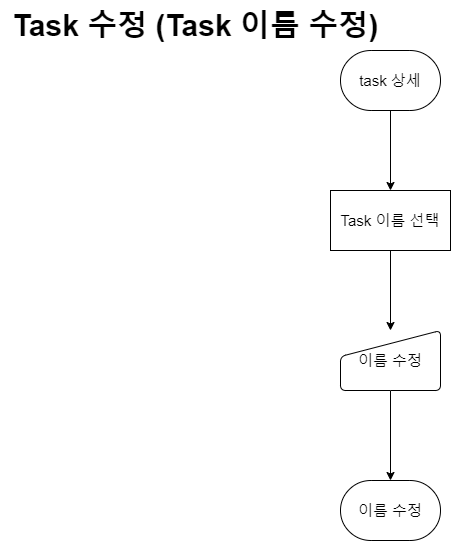
Earlier version of the draw.io export timetodo-flowchart/task fix.png (MEOHIN/todo-pe). Source tidied: cells renumbered, new cells last; positions are measured from the earlier drawing's top-left corner, leaving out a move shared by most shapes.
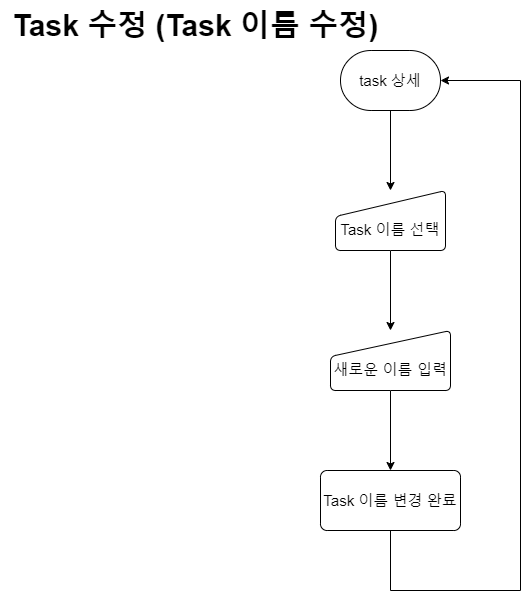
After the change.

The edit, as a diff of the source:
```diff
@@ -11,20 +11,29 @@
     <mxCell id="4" value="task 상세" style="strokeWidth=1;html=1;shape=mxgraph.flowchart.terminator;whiteSpace=wrap;fontSize=15;" parent="1" vertex="1">
       <mxGeometry x="340" y="50" width="100" height="60" as="geometry" />
     </mxCell>
-    <mxCell id="5" style="edgeStyle=orthogonalEdgeStyle;rounded=0;jettySize=auto;html=1;" parent="1" edge="1" source="6" target="7">
-      <mxGeometry relative="1" as="geometry" />
-    </mxCell>
+    <mxCell id="10" style="edgeStyle=orthogonalEdgeStyle;rounded=0;jettySize=auto;html=1;" parent="1" edge="1" source="6" target="12">
+      <mxGeometry relative="1" as="geometry" />
+    </mxCell>
-    <mxCell id="6" value="이름 수정" style="html=1;strokeWidth=1;shape=manualInput;whiteSpace=wrap;rounded=1;size=26;arcSize=11;fontSize=15;" parent="1" vertex="1">
-      <mxGeometry x="340" y="330" width="100" height="60" as="geometry" />
+    <mxCell id="6" value="&lt;br&gt;새로운 이름 입력" style="html=1;strokeWidth=1;shape=manualInput;whiteSpace=wrap;rounded=1;size=26;arcSize=11;fontSize=15;" parent="1" vertex="1">
+      <mxGeometry x="330" y="330" width="120" height="60" as="geometry" />
     </mxCell>
-    <mxCell id="7" value="이름 수정" style="strokeWidth=1;html=1;shape=mxgraph.flowchart.terminator;whiteSpace=wrap;fontSize=15;" parent="1" vertex="1">
-      <mxGeometry x="340" y="480" width="100" height="60" as="geometry" />
-    </mxCell>
     <mxCell id="8" style="edgeStyle=orthogonalEdgeStyle;rounded=0;jettySize=auto;html=1;" parent="1" edge="1" source="9" target="6">
       <mxGeometry relative="1" as="geometry" />
     </mxCell>
-    <mxCell id="9" value="Task 이름 선택" style="whiteSpace=wrap;html=1;fontSize=15;strokeWidth=1;" parent="1" vertex="1">
-      <mxGeometry x="330" y="190" width="120" height="60" as="geometry" />
+    <mxCell id="9" value="&lt;br&gt;Task 이름 선택" style="html=1;strokeWidth=1;shape=manualInput;whiteSpace=wrap;rounded=1;size=26;arcSize=11;fontSize=15;" parent="1" vertex="1">
+      <mxGeometry x="335" y="190" width="110" height="60" as="geometry" />
     </mxCell>
+    <mxCell id="11" style="edgeStyle=orthogonalEdgeStyle;rounded=0;jettySize=auto;html=1;exitX=0.5;exitY=1;exitDx=0;exitDy=0;entryX=1;entryY=0.5;entryDx=0;entryDy=0;entryPerimeter=0;" parent="1" edge="1" source="12" target="4">
+      <mxGeometry relative="1" as="geometry">
+        <Array as="points">
+          <mxPoint x="390" y="590" />
+          <mxPoint x="520" y="590" />
+          <mxPoint x="520" y="80" />
+        </Array>
+      </mxGeometry>
+    </mxCell>
+    <mxCell id="12" value="Task 이름 변경 완료" style="whiteSpace=wrap;html=1;fontSize=15;strokeWidth=1;rounded=1;arcSize=11;" parent="1" vertex="1">
+      <mxGeometry x="320" y="470" width="140" height="60" as="geometry" />
+    </mxCell>
   </root>
 </mxGraphModel>
```
